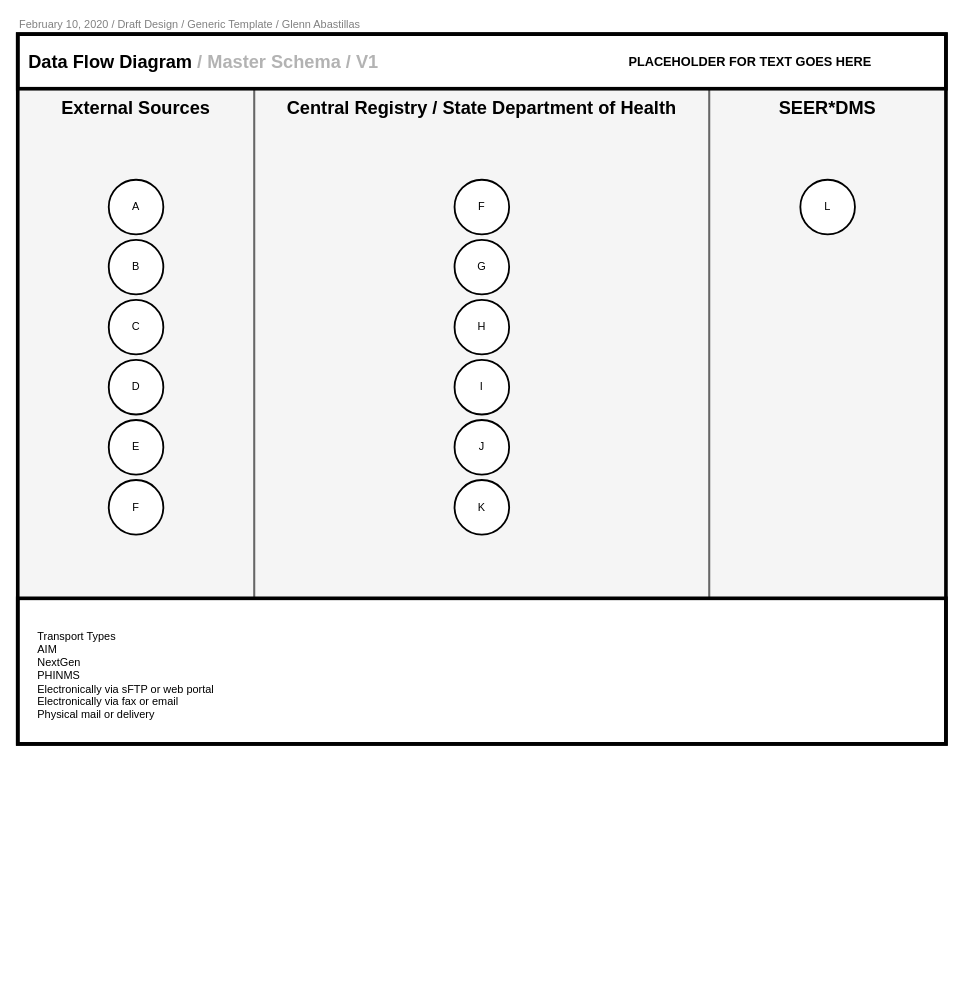
Earlier version of the draw.io diagram ws5/svg/master_schema.drawio (gabastil/nci-seer). Source tidied: cells renumbered, new cells numbered last; positions are measured from the earlier drawing's top-left corner, leaving out a move shared by most shapes. Both pictures are drawn from the tidied source at 91%, with x=0, y=0 at pixel (17, 15).
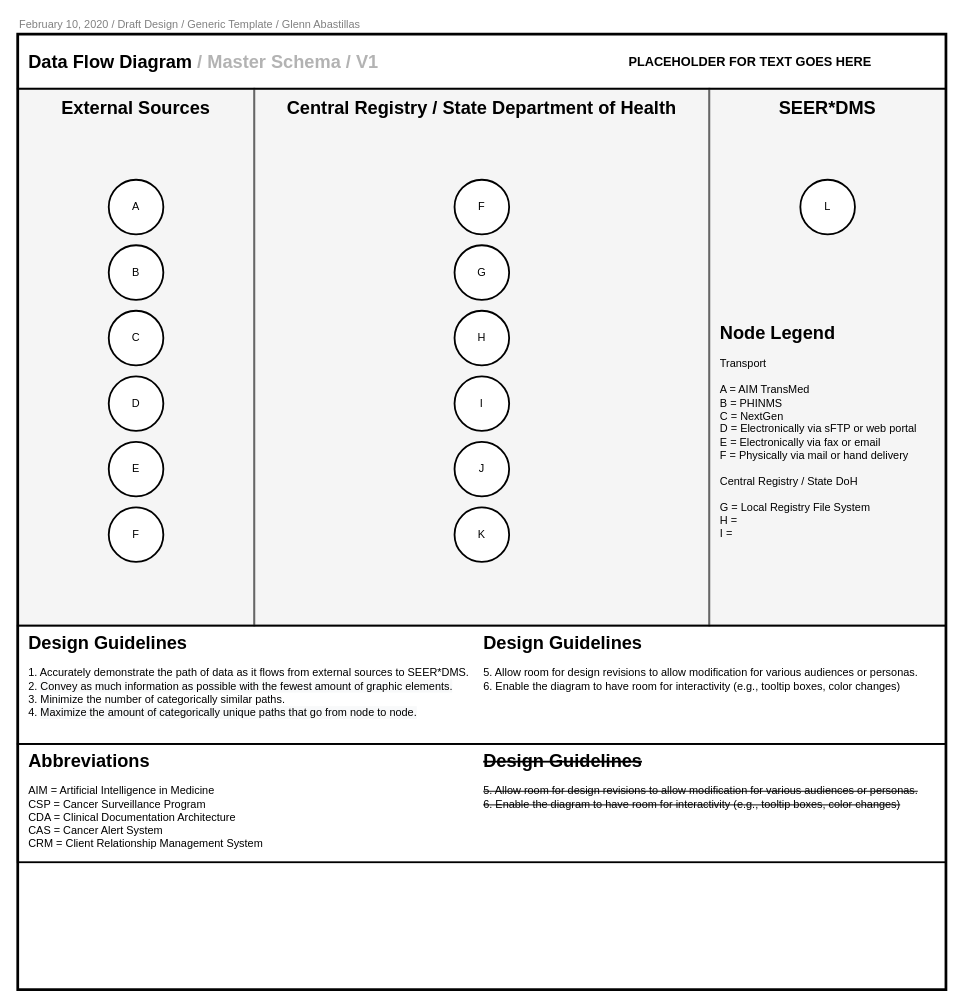
Above is the later version.

What changed in the source:
```diff
@@
     <mxCell id="2" style="rounded=0;whiteSpace=wrap;html=1;strokeWidth=2;fillColor=#f5f5f5;fontSize=14;align=left;strokeColor=#666666;fontColor=#333333;" parent="1" vertex="1">
-      <mxGeometry y="80" width="260" height="560" as="geometry" />
+      <mxGeometry y="80" width="260" height="590" as="geometry" />
     </mxCell>
     <mxCell id="3" style="rounded=0;whiteSpace=wrap;html=1;strokeWidth=2;fillColor=#f5f5f5;fontSize=14;align=left;strokeColor=#666666;fontColor=#333333;" parent="1" vertex="1">
-      <mxGeometry x="260" y="80" width="500" height="560" as="geometry" />
+      <mxGeometry x="260" y="80" width="500" height="590" as="geometry" />
     </mxCell>
     <mxCell id="4" style="rounded=0;whiteSpace=wrap;html=1;strokeWidth=2;fillColor=#f5f5f5;fontSize=14;align=left;strokeColor=#666666;fontColor=#333333;" parent="1" vertex="1">
-      <mxGeometry x="760" y="80" width="260" height="560" as="geometry" />
+      <mxGeometry x="760" y="80" width="260" height="590" as="geometry" />
     </mxCell>
@@
+    <mxCell id="30" style="rounded=0;whiteSpace=wrap;html=1;strokeWidth=2;fillColor=none;" parent="5" vertex="1">
+      <mxGeometry y="800" width="1020" height="130" as="geometry" />
+    </mxCell>
-    <mxCell id="6" style="rounded=0;whiteSpace=wrap;html=1;strokeWidth=4;fillColor=none;" parent="5" vertex="1">
-      <mxGeometry y="20" width="1020" height="780" as="geometry" />
+    <mxCell id="6" style="rounded=0;whiteSpace=wrap;html=1;strokeWidth=3;fillColor=none;" parent="5" vertex="1">
+      <mxGeometry y="20" width="1020" height="1050" as="geometry" />
     </mxCell>
-    <mxCell id="7" style="rounded=0;whiteSpace=wrap;html=1;strokeWidth=4;fillColor=none;" parent="5" vertex="1">
+    <mxCell id="7" style="rounded=0;whiteSpace=wrap;html=1;strokeWidth=2;fillColor=none;" parent="5" vertex="1">
       <mxGeometry y="20" width="1020" height="60" as="geometry" />
     </mxCell>
@@
-    <mxCell id="10" style="rounded=0;whiteSpace=wrap;html=1;strokeWidth=4;fillColor=none;" parent="5" vertex="1">
-      <mxGeometry y="640" width="1020" height="160" as="geometry" />
+    <mxCell id="10" style="rounded=0;whiteSpace=wrap;html=1;strokeWidth=2;fillColor=none;" parent="5" vertex="1">
+      <mxGeometry y="670" width="1020" height="130" as="geometry" />
     </mxCell>
-    <mxCell id="11" value="&lt;div align=&quot;left&quot; style=&quot;font-size: 12px&quot;&gt;&lt;font style=&quot;font-size: 12px&quot;&gt;Transport Types&lt;/font&gt;&lt;/div&gt;&lt;div align=&quot;left&quot; style=&quot;font-size: 12px&quot;&gt;&lt;font style=&quot;font-size: 12px&quot;&gt;AIM&lt;/font&gt;&lt;/div&gt;&lt;div align=&quot;left&quot; style=&quot;font-size: 12px&quot;&gt;&lt;font style=&quot;font-size: 12px&quot;&gt;NextGen&lt;/font&gt;&lt;/div&gt;&lt;div align=&quot;left&quot; style=&quot;font-size: 12px&quot;&gt;&lt;font style=&quot;font-size: 12px&quot;&gt;PHINMS&lt;/font&gt;&lt;/div&gt;&lt;div align=&quot;left&quot; style=&quot;font-size: 12px&quot;&gt;&lt;font style=&quot;font-size: 12px&quot;&gt;Electronically via sFTP or web portal&lt;/font&gt;&lt;/div&gt;&lt;div align=&quot;left&quot; style=&quot;font-size: 12px&quot;&gt;&lt;font style=&quot;font-size: 12px&quot;&gt;Electronically via fax or email&lt;/font&gt;&lt;/div&gt;&lt;div align=&quot;left&quot; style=&quot;font-size: 12px&quot;&gt;&lt;font style=&quot;font-size: 12px&quot;&gt;Physical mail or delivery&lt;/font&gt;&lt;/div&gt;" style="rounded=0;whiteSpace=wrap;html=1;strokeWidth=4;fillColor=none;align=left;fontSize=20;fontStyle=0;strokeColor=none;" parent="5" vertex="1">
-      <mxGeometry x="20" y="660" width="220" height="130" as="geometry" />
+    <mxCell id="11" value="&lt;div align=&quot;left&quot; style=&quot;font-size: 20px&quot;&gt;&lt;font style=&quot;font-size: 20px&quot;&gt;&lt;b&gt;Design Guidelines&lt;/b&gt;&lt;/font&gt;&lt;/div&gt;&lt;div align=&quot;left&quot; style=&quot;font-size: 12px&quot;&gt;&lt;font style=&quot;font-size: 12px&quot;&gt;&lt;span style=&quot;font-size: 12px&quot;&gt;&lt;br&gt;&lt;/span&gt;&lt;/font&gt;&lt;/div&gt;&lt;div align=&quot;left&quot; style=&quot;font-size: 12px&quot;&gt;&lt;font style=&quot;font-size: 12px&quot;&gt;&lt;span style=&quot;font-size: 12px&quot;&gt;1. Accurately demonstrate the path of data as it flows from external sources to SEER*DMS.&lt;/span&gt;&lt;/font&gt;&lt;/div&gt;&lt;div align=&quot;left&quot; style=&quot;font-size: 12px&quot;&gt;&lt;font style=&quot;font-size: 12px&quot;&gt;&lt;span style=&quot;font-size: 12px&quot;&gt;2. &lt;span style=&quot;display: inline ; float: none ; background-color: rgb(248 , 249 , 250) ; color: rgb(0 , 0 , 0) ; font-family: &amp;#34;helvetica&amp;#34; ; font-size: 12px ; font-style: normal ; font-variant: normal ; font-weight: 400 ; letter-spacing: normal ; text-align: left ; text-decoration: none ; text-indent: 0px ; text-transform: none ; white-space: normal ; word-spacing: 0px&quot;&gt;Convey as much information as possible with the fewest amount of graphic elements.&lt;/span&gt;&lt;/span&gt;&lt;/font&gt;&lt;/div&gt;&lt;div align=&quot;left&quot; style=&quot;font-size: 12px&quot;&gt;&lt;font style=&quot;font-size: 12px&quot;&gt;&lt;span style=&quot;font-size: 12px&quot;&gt;3. Minimize the number of categorically similar paths.&lt;/span&gt;&lt;/font&gt;&lt;/div&gt;&lt;div align=&quot;left&quot; style=&quot;font-size: 12px&quot;&gt;&lt;font style=&quot;font-size: 12px&quot;&gt;&lt;span style=&quot;font-size: 12px&quot;&gt;4.&amp;nbsp;&lt;span style=&quot;background-color: rgb(248 , 249 , 250) ; color: rgb(0 , 0 , 0) ; display: inline ; float: none ; font-family: &amp;#34;helvetica&amp;#34; ; font-size: 12px ; font-style: normal ; font-variant: normal ; font-weight: 400 ; letter-spacing: normal ; text-align: left ; text-decoration: none ; text-indent: 0px ; text-transform: none ; white-space: normal ; word-spacing: 0px&quot;&gt;&lt;/span&gt;&lt;span style=&quot;display: inline ; float: none ; background-color: rgb(248 , 249 , 250) ; color: rgb(0 , 0 , 0) ; font-family: &amp;#34;helvetica&amp;#34; ; font-size: 12px ; font-style: normal ; font-variant: normal ; font-weight: 400 ; letter-spacing: normal ; text-align: left ; text-decoration: none ; text-indent: 0px ; text-transform: none ; white-space: normal ; word-spacing: 0px&quot;&gt;Maximize the amount of categorically unique paths that go from node to node.&lt;/span&gt;&lt;/span&gt;&lt;/font&gt;&lt;/div&gt;&lt;div align=&quot;left&quot; style=&quot;font-size: 12px&quot;&gt;&lt;span style=&quot;font-size: 12px&quot;&gt;&lt;/span&gt;&lt;font style=&quot;font-size: 12px&quot;&gt;&lt;/font&gt;&lt;/div&gt;" style="rounded=0;whiteSpace=wrap;html=1;strokeWidth=4;fillColor=none;align=left;fontSize=12;fontStyle=0;strokeColor=none;verticalAlign=top;" parent="5" vertex="1">
+      <mxGeometry x="10" y="670" width="500" height="130" as="geometry" />
     </mxCell>
@@
+    <mxCell id="31" value="&lt;div align=&quot;left&quot; style=&quot;font-size: 20px&quot;&gt;&lt;font color=&quot;transparent&quot; style=&quot;font-size: 20px&quot;&gt;&lt;b&gt;Design Guidelines&lt;/b&gt;&lt;/font&gt;&lt;/div&gt;&lt;div align=&quot;left&quot; style=&quot;font-size: 12px&quot;&gt;&lt;font style=&quot;font-size: 12px&quot;&gt;&lt;span style=&quot;font-size: 12px&quot;&gt;&lt;font color=&quot;transparent&quot;&gt;&lt;/font&gt;&lt;br&gt;&lt;/span&gt;&lt;/font&gt;&lt;/div&gt;&lt;div align=&quot;left&quot; style=&quot;font-size: 12px&quot;&gt;&lt;font style=&quot;font-size: 12px&quot;&gt;&lt;span style=&quot;font-size: 12px&quot;&gt;5. Allow room for design revisions to allow modification for various audiences or personas.&lt;/span&gt;&lt;/font&gt;&lt;/div&gt;&lt;div align=&quot;left&quot; style=&quot;font-size: 12px&quot;&gt;&lt;font style=&quot;font-size: 12px&quot;&gt;&lt;span style=&quot;font-size: 12px&quot;&gt;6. Enable the diagram to have room for interactivity (e.g., tooltip boxes, color changes)&lt;/span&gt;&lt;/font&gt;&lt;br&gt;&lt;/div&gt;&lt;div align=&quot;left&quot; style=&quot;font-size: 12px&quot;&gt;&lt;/div&gt;&lt;div align=&quot;left&quot; style=&quot;font-size: 12px&quot;&gt;&lt;span style=&quot;font-size: 12px&quot;&gt;&lt;/span&gt;&lt;font style=&quot;font-size: 12px&quot;&gt;&lt;/font&gt;&lt;/div&gt;" style="rounded=0;whiteSpace=wrap;html=1;strokeWidth=4;fillColor=none;align=left;fontSize=12;fontStyle=0;strokeColor=none;verticalAlign=top;" parent="5" vertex="1">
+      <mxGeometry x="510" y="670" width="500" height="130" as="geometry" />
+    </mxCell>
+    <mxCell id="32" value="&lt;div align=&quot;left&quot; style=&quot;font-size: 20px&quot;&gt;&lt;b&gt;Node Legend&lt;/b&gt;&lt;/div&gt;&lt;div align=&quot;left&quot; style=&quot;font-size: 12px&quot;&gt;&lt;font style=&quot;font-size: 12px&quot;&gt;&lt;span style=&quot;font-size: 12px&quot;&gt;&lt;font color=&quot;transparent&quot;&gt;&lt;/font&gt;&lt;font color=&quot;#000000&quot;&gt;&lt;/font&gt;&lt;b&gt;&lt;/b&gt;&lt;b&gt;&lt;/b&gt;&lt;br&gt;&lt;/span&gt;&lt;/font&gt;&lt;/div&gt;&lt;div align=&quot;left&quot; style=&quot;font-size: 12px&quot;&gt;&lt;font style=&quot;font-size: 12px&quot;&gt;&lt;span style=&quot;font-size: 12px&quot;&gt;Transport&lt;/span&gt;&lt;/font&gt;&lt;/div&gt;&lt;div align=&quot;left&quot; style=&quot;font-size: 12px&quot;&gt;&lt;font style=&quot;font-size: 12px&quot;&gt;&lt;span style=&quot;font-size: 12px&quot;&gt;&lt;br&gt;&lt;/span&gt;&lt;/font&gt;&lt;/div&gt;&lt;div align=&quot;left&quot; style=&quot;font-size: 12px&quot;&gt;&lt;font style=&quot;font-size: 12px&quot;&gt;&lt;span style=&quot;font-size: 12px&quot;&gt;A = AIM TransMed&lt;/span&gt;&lt;/font&gt;&lt;/div&gt;&lt;div align=&quot;left&quot; style=&quot;font-size: 12px&quot;&gt;&lt;font style=&quot;font-size: 12px&quot;&gt;&lt;span style=&quot;font-size: 12px&quot;&gt;B = PHINMS&lt;/span&gt;&lt;/font&gt;&lt;/div&gt;&lt;div align=&quot;left&quot; style=&quot;font-size: 12px&quot;&gt;&lt;font style=&quot;font-size: 12px&quot;&gt;&lt;span style=&quot;font-size: 12px&quot;&gt;C = NextGen&lt;/span&gt;&lt;/font&gt;&lt;/div&gt;&lt;div align=&quot;left&quot; style=&quot;font-size: 12px&quot;&gt;&lt;font style=&quot;font-size: 12px&quot;&gt;&lt;span style=&quot;font-size: 12px&quot;&gt;D = Electronically via sFTP or web portal&lt;/span&gt;&lt;/font&gt;&lt;/div&gt;&lt;div align=&quot;left&quot; style=&quot;font-size: 12px&quot;&gt;&lt;font style=&quot;font-size: 12px&quot;&gt;&lt;span style=&quot;font-size: 12px&quot;&gt;E = Electronically via fax or email&lt;/span&gt;&lt;/font&gt;&lt;/div&gt;&lt;div align=&quot;left&quot; style=&quot;font-size: 12px&quot;&gt;&lt;font style=&quot;font-size: 12px&quot;&gt;&lt;span style=&quot;font-size: 12px&quot;&gt;F = Physically via mail or hand delivery&lt;/span&gt;&lt;/font&gt;&lt;/div&gt;&lt;div align=&quot;left&quot; style=&quot;font-size: 12px&quot;&gt;&lt;br&gt;&lt;/div&gt;&lt;div align=&quot;left&quot; style=&quot;font-size: 12px&quot;&gt;Central Registry / State DoH&lt;/div&gt;&lt;div align=&quot;left&quot; style=&quot;font-size: 12px&quot;&gt;&lt;br&gt;&lt;/div&gt;&lt;div align=&quot;left&quot; style=&quot;font-size: 12px&quot;&gt;G = Local Registry File System&lt;/div&gt;&lt;div align=&quot;left&quot; style=&quot;font-size: 12px&quot;&gt;H =&amp;nbsp;&lt;/div&gt;&lt;div align=&quot;left&quot; style=&quot;font-size: 12px&quot;&gt;I =&amp;nbsp;&lt;/div&gt;" style="rounded=0;whiteSpace=wrap;html=1;strokeWidth=4;fillColor=none;align=left;fontSize=12;fontStyle=0;strokeColor=none;verticalAlign=top;" parent="5" vertex="1">
+      <mxGeometry x="770" y="330" width="240" height="330" as="geometry" />
+    </mxCell>
+    <mxCell id="33" value="&lt;div align=&quot;left&quot; style=&quot;font-size: 20px&quot;&gt;&lt;font style=&quot;font-size: 20px&quot;&gt;&lt;b&gt;Abbreviations&lt;/b&gt;&lt;/font&gt;&lt;/div&gt;&lt;div align=&quot;left&quot; style=&quot;font-size: 12px&quot;&gt;&lt;font style=&quot;font-size: 12px&quot;&gt;&lt;span style=&quot;font-size: 12px&quot;&gt;&lt;br&gt;&lt;/span&gt;&lt;/font&gt;&lt;/div&gt;&lt;div align=&quot;left&quot; style=&quot;font-size: 12px&quot;&gt;&lt;font style=&quot;font-size: 12px&quot;&gt;&lt;span style=&quot;font-size: 12px&quot;&gt;AIM = Artificial Intelligence in Medicine&lt;/span&gt;&lt;/font&gt;&lt;/div&gt;&lt;div align=&quot;left&quot; style=&quot;font-size: 12px&quot;&gt;&lt;font style=&quot;font-size: 12px&quot;&gt;&lt;span style=&quot;font-size: 12px&quot;&gt;CSP = Cancer Surveillance Program&lt;/span&gt;&lt;/font&gt;&lt;/div&gt;&lt;div align=&quot;left&quot; style=&quot;font-size: 12px&quot;&gt;&lt;font style=&quot;font-size: 12px&quot;&gt;&lt;span style=&quot;font-size: 12px&quot;&gt;CDA = Clinical Documentation Architecture&lt;/span&gt;&lt;/font&gt;&lt;/div&gt;&lt;div align=&quot;left&quot; style=&quot;font-size: 12px&quot;&gt;&lt;font style=&quot;font-size: 12px&quot;&gt;&lt;span style=&quot;font-size: 12px&quot;&gt;CAS = Cancer Alert System&lt;/span&gt;&lt;/font&gt;&lt;/div&gt;&lt;div align=&quot;left&quot; style=&quot;font-size: 12px&quot;&gt;&lt;font style=&quot;font-size: 12px&quot;&gt;&lt;span style=&quot;font-size: 12px&quot;&gt;CRM = Client Relationship Management System&lt;/span&gt;&lt;/font&gt;&lt;/div&gt;&lt;div align=&quot;left&quot; style=&quot;font-size: 12px&quot;&gt;&lt;font style=&quot;font-size: 12px&quot;&gt;&lt;span style=&quot;font-size: 12px&quot;&gt;&lt;br&gt;&lt;/span&gt;&lt;/font&gt;&lt;/div&gt;" style="rounded=0;whiteSpace=wrap;html=1;strokeWidth=4;fillColor=none;align=left;fontSize=12;fontStyle=0;strokeColor=none;verticalAlign=top;" parent="5" vertex="1">
+      <mxGeometry x="10" y="800" width="500" height="130" as="geometry" />
+    </mxCell>
+    <mxCell id="34" value="&lt;div align=&quot;left&quot; style=&quot;font-size: 20px&quot;&gt;&lt;font color=&quot;transparent&quot; style=&quot;font-size: 20px&quot;&gt;&lt;b&gt;&lt;strike&gt;Design Guidelines&lt;/strike&gt;&lt;/b&gt;&lt;/font&gt;&lt;/div&gt;&lt;div align=&quot;left&quot; style=&quot;font-size: 12px&quot;&gt;&lt;font style=&quot;font-size: 12px&quot;&gt;&lt;span style=&quot;font-size: 12px&quot;&gt;&lt;font color=&quot;transparent&quot;&gt;&lt;/font&gt;&lt;strike&gt;&lt;/strike&gt;&lt;br&gt;&lt;/span&gt;&lt;/font&gt;&lt;/div&gt;&lt;div align=&quot;left&quot; style=&quot;font-size: 12px&quot;&gt;&lt;font style=&quot;font-size: 12px&quot;&gt;&lt;span style=&quot;font-size: 12px&quot;&gt;&lt;strike&gt;5. Allow room for design revisions to allow modification for various audiences or personas.&lt;/strike&gt;&lt;/span&gt;&lt;/font&gt;&lt;/div&gt;&lt;div align=&quot;left&quot; style=&quot;font-size: 12px&quot;&gt;&lt;font style=&quot;font-size: 12px&quot;&gt;&lt;span style=&quot;font-size: 12px&quot;&gt;&lt;strike&gt;6. Enable the diagram to have room for interactivity (e.g., tooltip boxes, color changes)&lt;/strike&gt;&lt;/span&gt;&lt;/font&gt;&lt;br&gt;&lt;/div&gt;&lt;div align=&quot;left&quot; style=&quot;font-size: 12px&quot;&gt;&lt;/div&gt;&lt;div align=&quot;left&quot; style=&quot;font-size: 12px&quot;&gt;&lt;span style=&quot;font-size: 12px&quot;&gt;&lt;/span&gt;&lt;font style=&quot;font-size: 12px&quot;&gt;&lt;/font&gt;&lt;/div&gt;" style="rounded=0;whiteSpace=wrap;html=1;strokeWidth=4;fillColor=none;align=left;fontSize=12;fontStyle=0;strokeColor=none;verticalAlign=top;" parent="5" vertex="1">
+      <mxGeometry x="510" y="800" width="500" height="130" as="geometry" />
+    </mxCell>
@@
-    <mxCell id="17" value="A" style="ellipse;whiteSpace=wrap;html=1;strokeWidth=2;" parent="16" vertex="1">
+    <mxCell id="17" value="A" style="ellipse;whiteSpace=wrap;html=1;strokeWidth=2;flipV=1;" parent="16" vertex="1">
       <mxGeometry x="100" y="180" width="60" height="60" as="geometry" />
     </mxCell>
@@
     <mxCell id="19" value="H" style="ellipse;whiteSpace=wrap;html=1;strokeWidth=2;" parent="16" vertex="1">
-      <mxGeometry x="480" y="312" width="60" height="60" as="geometry" />
+      <mxGeometry x="480" y="324" width="60" height="60" as="geometry" />
     </mxCell>
     <mxCell id="20" value="K" style="ellipse;whiteSpace=wrap;html=1;strokeWidth=2;" parent="16" vertex="1">
-      <mxGeometry x="480" y="510" width="60" height="60" as="geometry" />
+      <mxGeometry x="480" y="540" width="60" height="60" as="geometry" />
     </mxCell>
     <mxCell id="21" value="G" style="ellipse;whiteSpace=wrap;html=1;strokeWidth=2;" parent="16" vertex="1">
-      <mxGeometry x="480" y="246" width="60" height="60" as="geometry" />
+      <mxGeometry x="480" y="252" width="60" height="60" as="geometry" />
     </mxCell>
     <mxCell id="22" value="J" style="ellipse;whiteSpace=wrap;html=1;strokeWidth=2;" parent="16" vertex="1">
-      <mxGeometry x="480" y="444" width="60" height="60" as="geometry" />
+      <mxGeometry x="480" y="468" width="60" height="60" as="geometry" />
     </mxCell>
     <mxCell id="23" value="I" style="ellipse;whiteSpace=wrap;html=1;strokeWidth=2;" parent="16" vertex="1">
-      <mxGeometry x="480" y="378" width="60" height="60" as="geometry" />
+      <mxGeometry x="480" y="396" width="60" height="60" as="geometry" />
     </mxCell>
@@
-    <mxCell id="25" value="B" style="ellipse;whiteSpace=wrap;html=1;strokeWidth=2;" parent="16" vertex="1">
-      <mxGeometry x="100" y="246" width="60" height="60" as="geometry" />
+    <mxCell id="25" value="B" style="ellipse;whiteSpace=wrap;html=1;strokeWidth=2;flipV=1;" parent="16" vertex="1">
+      <mxGeometry x="100" y="252" width="60" height="60" as="geometry" />
     </mxCell>
-    <mxCell id="26" value="C" style="ellipse;whiteSpace=wrap;html=1;strokeWidth=2;" parent="16" vertex="1">
-      <mxGeometry x="100" y="312" width="60" height="60" as="geometry" />
+    <mxCell id="26" value="C" style="ellipse;whiteSpace=wrap;html=1;strokeWidth=2;flipV=1;" parent="16" vertex="1">
+      <mxGeometry x="100" y="324" width="60" height="60" as="geometry" />
     </mxCell>
-    <mxCell id="27" value="D" style="ellipse;whiteSpace=wrap;html=1;strokeWidth=2;" parent="16" vertex="1">
-      <mxGeometry x="100" y="378" width="60" height="60" as="geometry" />
+    <mxCell id="27" value="D" style="ellipse;whiteSpace=wrap;html=1;strokeWidth=2;flipV=1;" parent="16" vertex="1">
+      <mxGeometry x="100" y="396" width="60" height="60" as="geometry" />
     </mxCell>
-    <mxCell id="28" value="E" style="ellipse;whiteSpace=wrap;html=1;strokeWidth=2;" parent="16" vertex="1">
-      <mxGeometry x="100" y="444" width="60" height="60" as="geometry" />
+    <mxCell id="28" value="E" style="ellipse;whiteSpace=wrap;html=1;strokeWidth=2;flipV=1;" parent="16" vertex="1">
+      <mxGeometry x="100" y="468" width="60" height="60" as="geometry" />
     </mxCell>
-    <mxCell id="29" value="F" style="ellipse;whiteSpace=wrap;html=1;strokeWidth=2;" parent="16" vertex="1">
-      <mxGeometry x="100" y="510" width="60" height="60" as="geometry" />
+    <mxCell id="29" value="F" style="ellipse;whiteSpace=wrap;html=1;strokeWidth=2;flipV=1;" parent="16" vertex="1">
+      <mxGeometry x="100" y="540" width="60" height="60" as="geometry" />
     </mxCell>
```
